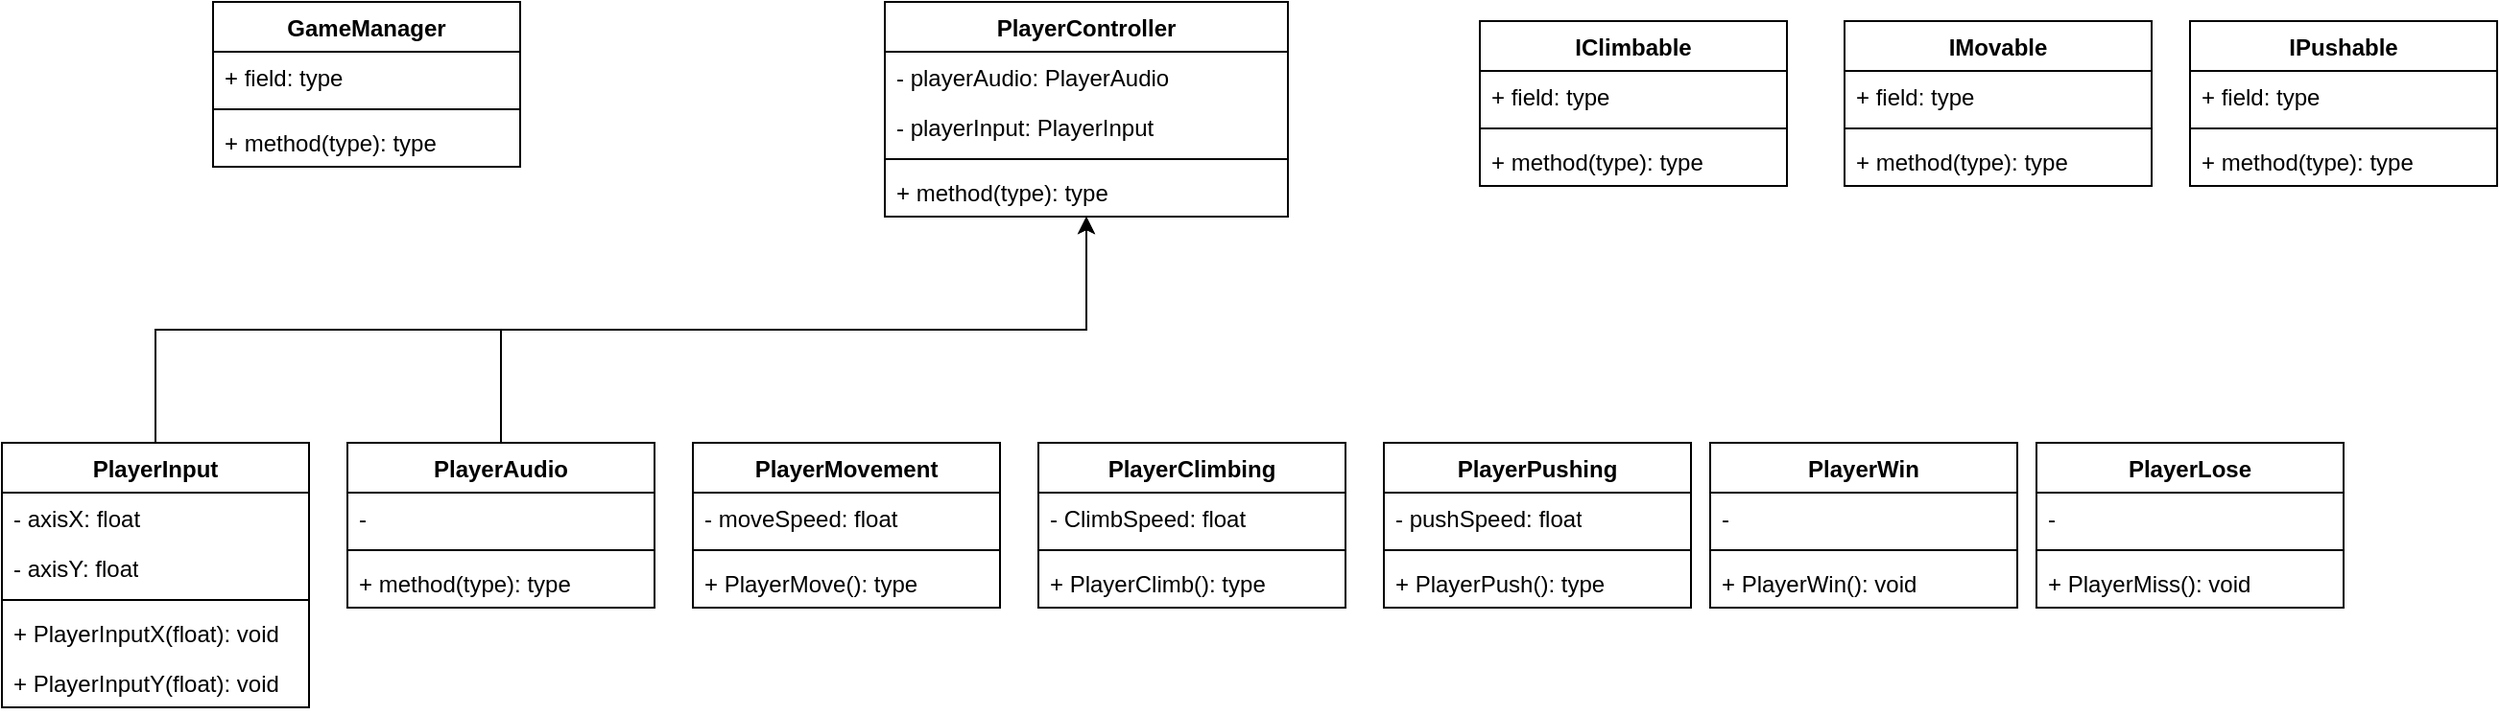
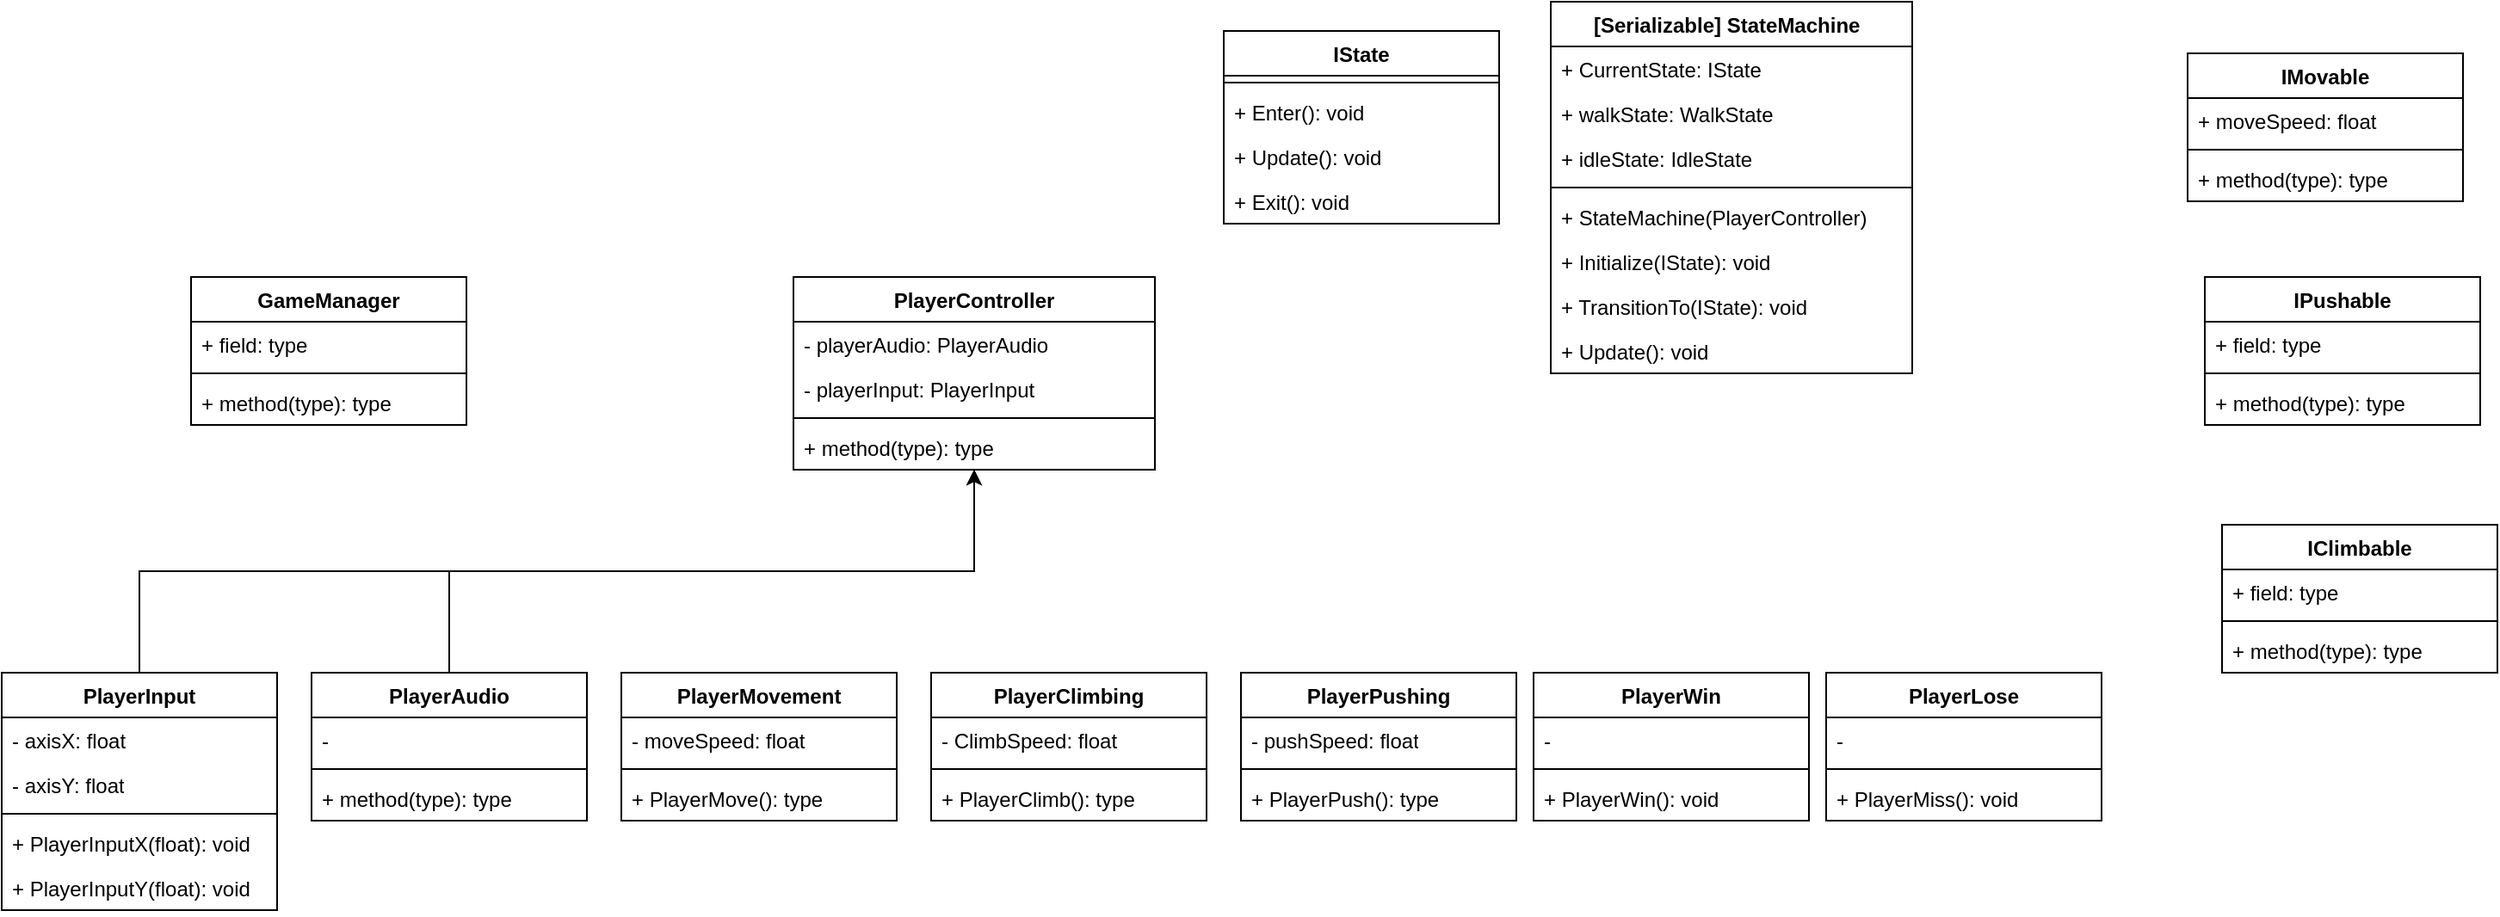
<mxfile host="app.diagrams.net" agent="Mozilla/5.0 (Windows NT 10.0; Win64; x64) AppleWebKit/537.36 (KHTML, like Gecko) Chrome/145.0.0.0 Safari/537.36" version="29.6.1">
  <diagram name="ページ-1" id="8KCFoVMX2dtQ3ng9Srak">
-     <mxGraphModel dx="1624" dy="1102" grid="1" gridSize="10" guides="1" tooltips="1" connect="1" arrows="1" fold="1" page="0" pageScale="1" pageWidth="850" pageHeight="1100" background="none" math="0" shadow="0">
+     <mxGraphModel dx="2083" dy="630" grid="1" gridSize="10" guides="1" tooltips="1" connect="1" arrows="1" fold="1" page="0" pageScale="1" pageWidth="850" pageHeight="1100" background="none" math="0" shadow="0">
      <root>
        <mxCell id="0" />
        <mxCell id="1" parent="0" />
        <mxCell id="L5NkyoWU7cnRC-8idZzs-9" parent="1" style="swimlane;fontStyle=1;align=center;verticalAlign=top;childLayout=stackLayout;horizontal=1;startSize=26;horizontalStack=0;resizeParent=1;resizeParentMax=0;resizeLast=0;collapsible=1;marginBottom=0;whiteSpace=wrap;html=1;" value="GameManager" vertex="1">
          <mxGeometry height="86" width="160" x="40" y="370" as="geometry" />
        </mxCell>
        <mxCell id="L5NkyoWU7cnRC-8idZzs-10" parent="L5NkyoWU7cnRC-8idZzs-9" style="text;strokeColor=none;fillColor=none;align=left;verticalAlign=top;spacingLeft=4;spacingRight=4;overflow=hidden;rotatable=0;points=[[0,0.5],[1,0.5]];portConstraint=eastwest;whiteSpace=wrap;html=1;" value="+ field: type" vertex="1">
          <mxGeometry height="26" width="160" y="26" as="geometry" />
        </mxCell>
        <mxCell id="L5NkyoWU7cnRC-8idZzs-11" parent="L5NkyoWU7cnRC-8idZzs-9" style="line;strokeWidth=1;fillColor=none;align=left;verticalAlign=middle;spacingTop=-1;spacingLeft=3;spacingRight=3;rotatable=0;labelPosition=right;points=[];portConstraint=eastwest;strokeColor=inherit;" value="" vertex="1">
          <mxGeometry height="8" width="160" y="52" as="geometry" />
        </mxCell>
        <mxCell id="L5NkyoWU7cnRC-8idZzs-12" parent="L5NkyoWU7cnRC-8idZzs-9" style="text;strokeColor=none;fillColor=none;align=left;verticalAlign=top;spacingLeft=4;spacingRight=4;overflow=hidden;rotatable=0;points=[[0,0.5],[1,0.5]];portConstraint=eastwest;whiteSpace=wrap;html=1;" value="+ method(type): type" vertex="1">
          <mxGeometry height="26" width="160" y="60" as="geometry" />
        </mxCell>
        <mxCell id="L5NkyoWU7cnRC-8idZzs-13" parent="1" style="swimlane;fontStyle=1;align=center;verticalAlign=top;childLayout=stackLayout;horizontal=1;startSize=26;horizontalStack=0;resizeParent=1;resizeParentMax=0;resizeLast=0;collapsible=1;marginBottom=0;whiteSpace=wrap;html=1;" value="PlayerController" vertex="1">
          <mxGeometry height="112" width="210" x="390" y="370" as="geometry" />
        </mxCell>
        <mxCell id="xKRVpc-qtdXalkFRgjZN-2" parent="L5NkyoWU7cnRC-8idZzs-13" style="text;strokeColor=none;fillColor=none;align=left;verticalAlign=top;spacingLeft=4;spacingRight=4;overflow=hidden;rotatable=0;points=[[0,0.5],[1,0.5]];portConstraint=eastwest;whiteSpace=wrap;html=1;" value="- playerAudio: PlayerAudio" vertex="1">
          <mxGeometry height="26" width="210" y="26" as="geometry" />
        </mxCell>
        <mxCell id="xKRVpc-qtdXalkFRgjZN-3" parent="L5NkyoWU7cnRC-8idZzs-13" style="text;strokeColor=none;fillColor=none;align=left;verticalAlign=top;spacingLeft=4;spacingRight=4;overflow=hidden;rotatable=0;points=[[0,0.5],[1,0.5]];portConstraint=eastwest;whiteSpace=wrap;html=1;" value="- playerInput: PlayerInput" vertex="1">
          <mxGeometry height="26" width="210" y="52" as="geometry" />
        </mxCell>
        <mxCell id="L5NkyoWU7cnRC-8idZzs-15" parent="L5NkyoWU7cnRC-8idZzs-13" style="line;strokeWidth=1;fillColor=none;align=left;verticalAlign=middle;spacingTop=-1;spacingLeft=3;spacingRight=3;rotatable=0;labelPosition=right;points=[];portConstraint=eastwest;strokeColor=inherit;" value="" vertex="1">
          <mxGeometry height="8" width="210" y="78" as="geometry" />
        </mxCell>
        <mxCell id="L5NkyoWU7cnRC-8idZzs-16" parent="L5NkyoWU7cnRC-8idZzs-13" style="text;strokeColor=none;fillColor=none;align=left;verticalAlign=top;spacingLeft=4;spacingRight=4;overflow=hidden;rotatable=0;points=[[0,0.5],[1,0.5]];portConstraint=eastwest;whiteSpace=wrap;html=1;" value="+ method(type): type" vertex="1">
          <mxGeometry height="26" width="210" y="86" as="geometry" />
        </mxCell>
        <mxCell id="xKRVpc-qtdXalkFRgjZN-7" edge="1" parent="1" source="L5NkyoWU7cnRC-8idZzs-17" style="edgeStyle=orthogonalEdgeStyle;rounded=0;orthogonalLoop=1;jettySize=auto;html=1;exitX=0.5;exitY=0;exitDx=0;exitDy=0;" target="L5NkyoWU7cnRC-8idZzs-13">
          <mxGeometry relative="1" as="geometry">
            <mxPoint x="550" y="540" as="targetPoint" />
          </mxGeometry>
        </mxCell>
        <mxCell id="L5NkyoWU7cnRC-8idZzs-17" parent="1" style="swimlane;fontStyle=1;align=center;verticalAlign=top;childLayout=stackLayout;horizontal=1;startSize=26;horizontalStack=0;resizeParent=1;resizeParentMax=0;resizeLast=0;collapsible=1;marginBottom=0;whiteSpace=wrap;html=1;" value="PlayerAudio" vertex="1">
          <mxGeometry height="86" width="160" x="110" y="600" as="geometry" />
        </mxCell>
        <mxCell id="L5NkyoWU7cnRC-8idZzs-18" parent="L5NkyoWU7cnRC-8idZzs-17" style="text;strokeColor=none;fillColor=none;align=left;verticalAlign=top;spacingLeft=4;spacingRight=4;overflow=hidden;rotatable=0;points=[[0,0.5],[1,0.5]];portConstraint=eastwest;whiteSpace=wrap;html=1;" value="-" vertex="1">
          <mxGeometry height="26" width="160" y="26" as="geometry" />
        </mxCell>
        <mxCell id="L5NkyoWU7cnRC-8idZzs-19" parent="L5NkyoWU7cnRC-8idZzs-17" style="line;strokeWidth=1;fillColor=none;align=left;verticalAlign=middle;spacingTop=-1;spacingLeft=3;spacingRight=3;rotatable=0;labelPosition=right;points=[];portConstraint=eastwest;strokeColor=inherit;" value="" vertex="1">
          <mxGeometry height="8" width="160" y="52" as="geometry" />
        </mxCell>
        <mxCell id="L5NkyoWU7cnRC-8idZzs-20" parent="L5NkyoWU7cnRC-8idZzs-17" style="text;strokeColor=none;fillColor=none;align=left;verticalAlign=top;spacingLeft=4;spacingRight=4;overflow=hidden;rotatable=0;points=[[0,0.5],[1,0.5]];portConstraint=eastwest;whiteSpace=wrap;html=1;" value="+ method(type): type" vertex="1">
          <mxGeometry height="26" width="160" y="60" as="geometry" />
        </mxCell>
        <mxCell id="L5NkyoWU7cnRC-8idZzs-21" parent="1" style="swimlane;fontStyle=1;align=center;verticalAlign=top;childLayout=stackLayout;horizontal=1;startSize=26;horizontalStack=0;resizeParent=1;resizeParentMax=0;resizeLast=0;collapsible=1;marginBottom=0;whiteSpace=wrap;html=1;" value="PlayerInput" vertex="1">
          <mxGeometry height="138" width="160" x="-70" y="600" as="geometry" />
        </mxCell>
        <mxCell id="L5NkyoWU7cnRC-8idZzs-22" parent="L5NkyoWU7cnRC-8idZzs-21" style="text;strokeColor=none;fillColor=none;align=left;verticalAlign=top;spacingLeft=4;spacingRight=4;overflow=hidden;rotatable=0;points=[[0,0.5],[1,0.5]];portConstraint=eastwest;whiteSpace=wrap;html=1;" value="- axisX: float" vertex="1">
          <mxGeometry height="26" width="160" y="26" as="geometry" />
        </mxCell>
        <mxCell id="pt3lwnELBwHd_nTeb_py-6" parent="L5NkyoWU7cnRC-8idZzs-21" style="text;strokeColor=none;fillColor=none;align=left;verticalAlign=top;spacingLeft=4;spacingRight=4;overflow=hidden;rotatable=0;points=[[0,0.5],[1,0.5]];portConstraint=eastwest;whiteSpace=wrap;html=1;" value="- axisY: float" vertex="1">
          <mxGeometry height="26" width="160" y="52" as="geometry" />
        </mxCell>
        <mxCell id="L5NkyoWU7cnRC-8idZzs-23" parent="L5NkyoWU7cnRC-8idZzs-21" style="line;strokeWidth=1;fillColor=none;align=left;verticalAlign=middle;spacingTop=-1;spacingLeft=3;spacingRight=3;rotatable=0;labelPosition=right;points=[];portConstraint=eastwest;strokeColor=inherit;" value="" vertex="1">
          <mxGeometry height="8" width="160" y="78" as="geometry" />
        </mxCell>
        <mxCell id="L5NkyoWU7cnRC-8idZzs-24" parent="L5NkyoWU7cnRC-8idZzs-21" style="text;strokeColor=none;fillColor=none;align=left;verticalAlign=top;spacingLeft=4;spacingRight=4;overflow=hidden;rotatable=0;points=[[0,0.5],[1,0.5]];portConstraint=eastwest;whiteSpace=wrap;html=1;" value="+ PlayerInputX(float): void" vertex="1">
          <mxGeometry height="26" width="160" y="86" as="geometry" />
        </mxCell>
        <mxCell id="pt3lwnELBwHd_nTeb_py-7" parent="L5NkyoWU7cnRC-8idZzs-21" style="text;strokeColor=none;fillColor=none;align=left;verticalAlign=top;spacingLeft=4;spacingRight=4;overflow=hidden;rotatable=0;points=[[0,0.5],[1,0.5]];portConstraint=eastwest;whiteSpace=wrap;html=1;" value="+ PlayerInputY(float): void" vertex="1">
          <mxGeometry height="26" width="160" y="112" as="geometry" />
        </mxCell>
        <mxCell id="L5NkyoWU7cnRC-8idZzs-25" parent="1" style="swimlane;fontStyle=1;align=center;verticalAlign=top;childLayout=stackLayout;horizontal=1;startSize=26;horizontalStack=0;resizeParent=1;resizeParentMax=0;resizeLast=0;collapsible=1;marginBottom=0;whiteSpace=wrap;html=1;" value="PlayerMovement" vertex="1">
          <mxGeometry height="86" width="160" x="290" y="600" as="geometry" />
        </mxCell>
        <mxCell id="L5NkyoWU7cnRC-8idZzs-26" parent="L5NkyoWU7cnRC-8idZzs-25" style="text;strokeColor=none;fillColor=none;align=left;verticalAlign=top;spacingLeft=4;spacingRight=4;overflow=hidden;rotatable=0;points=[[0,0.5],[1,0.5]];portConstraint=eastwest;whiteSpace=wrap;html=1;" value="- moveSpeed: float" vertex="1">
          <mxGeometry height="26" width="160" y="26" as="geometry" />
        </mxCell>
        <mxCell id="L5NkyoWU7cnRC-8idZzs-27" parent="L5NkyoWU7cnRC-8idZzs-25" style="line;strokeWidth=1;fillColor=none;align=left;verticalAlign=middle;spacingTop=-1;spacingLeft=3;spacingRight=3;rotatable=0;labelPosition=right;points=[];portConstraint=eastwest;strokeColor=inherit;" value="" vertex="1">
          <mxGeometry height="8" width="160" y="52" as="geometry" />
        </mxCell>
        <mxCell id="L5NkyoWU7cnRC-8idZzs-28" parent="L5NkyoWU7cnRC-8idZzs-25" style="text;strokeColor=none;fillColor=none;align=left;verticalAlign=top;spacingLeft=4;spacingRight=4;overflow=hidden;rotatable=0;points=[[0,0.5],[1,0.5]];portConstraint=eastwest;whiteSpace=wrap;html=1;" value="+ PlayerMove(): type" vertex="1">
          <mxGeometry height="26" width="160" y="60" as="geometry" />
        </mxCell>
        <mxCell id="L5NkyoWU7cnRC-8idZzs-29" parent="1" style="swimlane;fontStyle=1;align=center;verticalAlign=top;childLayout=stackLayout;horizontal=1;startSize=26;horizontalStack=0;resizeParent=1;resizeParentMax=0;resizeLast=0;collapsible=1;marginBottom=0;whiteSpace=wrap;html=1;" value="PlayerWin" vertex="1">
          <mxGeometry height="86" width="160" x="820" y="600" as="geometry">
            <mxRectangle height="30" width="120" x="500" y="470" as="alternateBounds" />
          </mxGeometry>
        </mxCell>
        <mxCell id="L5NkyoWU7cnRC-8idZzs-30" parent="L5NkyoWU7cnRC-8idZzs-29" style="text;strokeColor=none;fillColor=none;align=left;verticalAlign=top;spacingLeft=4;spacingRight=4;overflow=hidden;rotatable=0;points=[[0,0.5],[1,0.5]];portConstraint=eastwest;whiteSpace=wrap;html=1;" value="-" vertex="1">
          <mxGeometry height="26" width="160" y="26" as="geometry" />
        </mxCell>
        <mxCell id="L5NkyoWU7cnRC-8idZzs-31" parent="L5NkyoWU7cnRC-8idZzs-29" style="line;strokeWidth=1;fillColor=none;align=left;verticalAlign=middle;spacingTop=-1;spacingLeft=3;spacingRight=3;rotatable=0;labelPosition=right;points=[];portConstraint=eastwest;strokeColor=inherit;" value="" vertex="1">
          <mxGeometry height="8" width="160" y="52" as="geometry" />
        </mxCell>
        <mxCell id="L5NkyoWU7cnRC-8idZzs-32" parent="L5NkyoWU7cnRC-8idZzs-29" style="text;strokeColor=none;fillColor=none;align=left;verticalAlign=top;spacingLeft=4;spacingRight=4;overflow=hidden;rotatable=0;points=[[0,0.5],[1,0.5]];portConstraint=eastwest;whiteSpace=wrap;html=1;" value="+ PlayerWin(): void" vertex="1">
          <mxGeometry height="26" width="160" y="60" as="geometry" />
        </mxCell>
        <mxCell id="L5NkyoWU7cnRC-8idZzs-33" parent="1" style="swimlane;fontStyle=1;align=center;verticalAlign=top;childLayout=stackLayout;horizontal=1;startSize=26;horizontalStack=0;resizeParent=1;resizeParentMax=0;resizeLast=0;collapsible=1;marginBottom=0;whiteSpace=wrap;html=1;" value="PlayerLose" vertex="1">
          <mxGeometry height="86" width="160" x="990" y="600" as="geometry" />
        </mxCell>
        <mxCell id="L5NkyoWU7cnRC-8idZzs-34" parent="L5NkyoWU7cnRC-8idZzs-33" style="text;strokeColor=none;fillColor=none;align=left;verticalAlign=top;spacingLeft=4;spacingRight=4;overflow=hidden;rotatable=0;points=[[0,0.5],[1,0.5]];portConstraint=eastwest;whiteSpace=wrap;html=1;" value="-" vertex="1">
          <mxGeometry height="26" width="160" y="26" as="geometry" />
        </mxCell>
        <mxCell id="L5NkyoWU7cnRC-8idZzs-35" parent="L5NkyoWU7cnRC-8idZzs-33" style="line;strokeWidth=1;fillColor=none;align=left;verticalAlign=middle;spacingTop=-1;spacingLeft=3;spacingRight=3;rotatable=0;labelPosition=right;points=[];portConstraint=eastwest;strokeColor=inherit;" value="" vertex="1">
          <mxGeometry height="8" width="160" y="52" as="geometry" />
        </mxCell>
        <mxCell id="L5NkyoWU7cnRC-8idZzs-36" parent="L5NkyoWU7cnRC-8idZzs-33" style="text;strokeColor=none;fillColor=none;align=left;verticalAlign=top;spacingLeft=4;spacingRight=4;overflow=hidden;rotatable=0;points=[[0,0.5],[1,0.5]];portConstraint=eastwest;whiteSpace=wrap;html=1;" value="+ PlayerMiss(): void" vertex="1">
          <mxGeometry height="26" width="160" y="60" as="geometry" />
        </mxCell>
        <mxCell id="pt3lwnELBwHd_nTeb_py-9" parent="1" style="swimlane;fontStyle=1;align=center;verticalAlign=top;childLayout=stackLayout;horizontal=1;startSize=26;horizontalStack=0;resizeParent=1;resizeParentMax=0;resizeLast=0;collapsible=1;marginBottom=0;whiteSpace=wrap;html=1;" value="IMovable" vertex="1">
-           <mxGeometry height="86" width="160" x="890" y="380" as="geometry" />
-         </mxCell>
-         <mxCell id="pt3lwnELBwHd_nTeb_py-10" parent="pt3lwnELBwHd_nTeb_py-9" style="text;strokeColor=none;fillColor=none;align=left;verticalAlign=top;spacingLeft=4;spacingRight=4;overflow=hidden;rotatable=0;points=[[0,0.5],[1,0.5]];portConstraint=eastwest;whiteSpace=wrap;html=1;" value="+ field: type" vertex="1">
+           <mxGeometry height="86" width="160" x="1200" y="240" as="geometry" />
+         </mxCell>
+         <mxCell id="pt3lwnELBwHd_nTeb_py-10" parent="pt3lwnELBwHd_nTeb_py-9" style="text;strokeColor=none;fillColor=none;align=left;verticalAlign=top;spacingLeft=4;spacingRight=4;overflow=hidden;rotatable=0;points=[[0,0.5],[1,0.5]];portConstraint=eastwest;whiteSpace=wrap;html=1;" value="+ moveSpeed: float" vertex="1">
          <mxGeometry height="26" width="160" y="26" as="geometry" />
        </mxCell>
        <mxCell id="pt3lwnELBwHd_nTeb_py-11" parent="pt3lwnELBwHd_nTeb_py-9" style="line;strokeWidth=1;fillColor=none;align=left;verticalAlign=middle;spacingTop=-1;spacingLeft=3;spacingRight=3;rotatable=0;labelPosition=right;points=[];portConstraint=eastwest;strokeColor=inherit;" value="" vertex="1">
          <mxGeometry height="8" width="160" y="52" as="geometry" />
        </mxCell>
        <mxCell id="pt3lwnELBwHd_nTeb_py-12" parent="pt3lwnELBwHd_nTeb_py-9" style="text;strokeColor=none;fillColor=none;align=left;verticalAlign=top;spacingLeft=4;spacingRight=4;overflow=hidden;rotatable=0;points=[[0,0.5],[1,0.5]];portConstraint=eastwest;whiteSpace=wrap;html=1;" value="+ method(type): type" vertex="1">
          <mxGeometry height="26" width="160" y="60" as="geometry" />
        </mxCell>
        <mxCell id="pt3lwnELBwHd_nTeb_py-13" parent="1" style="swimlane;fontStyle=1;align=center;verticalAlign=top;childLayout=stackLayout;horizontal=1;startSize=26;horizontalStack=0;resizeParent=1;resizeParentMax=0;resizeLast=0;collapsible=1;marginBottom=0;whiteSpace=wrap;html=1;" value="IPushable" vertex="1">
-           <mxGeometry height="86" width="160" x="1070" y="380" as="geometry" />
+           <mxGeometry height="86" width="160" x="1210" y="370" as="geometry" />
        </mxCell>
        <mxCell id="pt3lwnELBwHd_nTeb_py-14" parent="pt3lwnELBwHd_nTeb_py-13" style="text;strokeColor=none;fillColor=none;align=left;verticalAlign=top;spacingLeft=4;spacingRight=4;overflow=hidden;rotatable=0;points=[[0,0.5],[1,0.5]];portConstraint=eastwest;whiteSpace=wrap;html=1;" value="+ field: type" vertex="1">
          <mxGeometry height="26" width="160" y="26" as="geometry" />
        </mxCell>
        <mxCell id="pt3lwnELBwHd_nTeb_py-15" parent="pt3lwnELBwHd_nTeb_py-13" style="line;strokeWidth=1;fillColor=none;align=left;verticalAlign=middle;spacingTop=-1;spacingLeft=3;spacingRight=3;rotatable=0;labelPosition=right;points=[];portConstraint=eastwest;strokeColor=inherit;" value="" vertex="1">
          <mxGeometry height="8" width="160" y="52" as="geometry" />
        </mxCell>
        <mxCell id="pt3lwnELBwHd_nTeb_py-16" parent="pt3lwnELBwHd_nTeb_py-13" style="text;strokeColor=none;fillColor=none;align=left;verticalAlign=top;spacingLeft=4;spacingRight=4;overflow=hidden;rotatable=0;points=[[0,0.5],[1,0.5]];portConstraint=eastwest;whiteSpace=wrap;html=1;" value="+ method(type): type" vertex="1">
          <mxGeometry height="26" width="160" y="60" as="geometry" />
        </mxCell>
        <mxCell id="3llHXHSIi8HC60sM2auQ-6" parent="1" style="swimlane;fontStyle=1;align=center;verticalAlign=top;childLayout=stackLayout;horizontal=1;startSize=26;horizontalStack=0;resizeParent=1;resizeParentMax=0;resizeLast=0;collapsible=1;marginBottom=0;whiteSpace=wrap;html=1;" value="PlayerClimbing" vertex="1">
          <mxGeometry height="86" width="160" x="470" y="600" as="geometry" />
        </mxCell>
        <mxCell id="3llHXHSIi8HC60sM2auQ-7" parent="3llHXHSIi8HC60sM2auQ-6" style="text;strokeColor=none;fillColor=none;align=left;verticalAlign=top;spacingLeft=4;spacingRight=4;overflow=hidden;rotatable=0;points=[[0,0.5],[1,0.5]];portConstraint=eastwest;whiteSpace=wrap;html=1;" value="- ClimbSpeed: float" vertex="1">
          <mxGeometry height="26" width="160" y="26" as="geometry" />
        </mxCell>
        <mxCell id="3llHXHSIi8HC60sM2auQ-8" parent="3llHXHSIi8HC60sM2auQ-6" style="line;strokeWidth=1;fillColor=none;align=left;verticalAlign=middle;spacingTop=-1;spacingLeft=3;spacingRight=3;rotatable=0;labelPosition=right;points=[];portConstraint=eastwest;strokeColor=inherit;" value="" vertex="1">
          <mxGeometry height="8" width="160" y="52" as="geometry" />
        </mxCell>
        <mxCell id="3llHXHSIi8HC60sM2auQ-9" parent="3llHXHSIi8HC60sM2auQ-6" style="text;strokeColor=none;fillColor=none;align=left;verticalAlign=top;spacingLeft=4;spacingRight=4;overflow=hidden;rotatable=0;points=[[0,0.5],[1,0.5]];portConstraint=eastwest;whiteSpace=wrap;html=1;" value="+ PlayerClimb(): type" vertex="1">
          <mxGeometry height="26" width="160" y="60" as="geometry" />
        </mxCell>
        <mxCell id="3llHXHSIi8HC60sM2auQ-10" parent="1" style="swimlane;fontStyle=1;align=center;verticalAlign=top;childLayout=stackLayout;horizontal=1;startSize=26;horizontalStack=0;resizeParent=1;resizeParentMax=0;resizeLast=0;collapsible=1;marginBottom=0;whiteSpace=wrap;html=1;" value="PlayerPushing" vertex="1">
          <mxGeometry height="86" width="160" x="650" y="600" as="geometry" />
        </mxCell>
        <mxCell id="3llHXHSIi8HC60sM2auQ-11" parent="3llHXHSIi8HC60sM2auQ-10" style="text;strokeColor=none;fillColor=none;align=left;verticalAlign=top;spacingLeft=4;spacingRight=4;overflow=hidden;rotatable=0;points=[[0,0.5],[1,0.5]];portConstraint=eastwest;whiteSpace=wrap;html=1;" value="- pushSpeed: float" vertex="1">
          <mxGeometry height="26" width="160" y="26" as="geometry" />
        </mxCell>
        <mxCell id="3llHXHSIi8HC60sM2auQ-12" parent="3llHXHSIi8HC60sM2auQ-10" style="line;strokeWidth=1;fillColor=none;align=left;verticalAlign=middle;spacingTop=-1;spacingLeft=3;spacingRight=3;rotatable=0;labelPosition=right;points=[];portConstraint=eastwest;strokeColor=inherit;" value="" vertex="1">
          <mxGeometry height="8" width="160" y="52" as="geometry" />
        </mxCell>
        <mxCell id="3llHXHSIi8HC60sM2auQ-13" parent="3llHXHSIi8HC60sM2auQ-10" style="text;strokeColor=none;fillColor=none;align=left;verticalAlign=top;spacingLeft=4;spacingRight=4;overflow=hidden;rotatable=0;points=[[0,0.5],[1,0.5]];portConstraint=eastwest;whiteSpace=wrap;html=1;" value="+ PlayerPush(): type" vertex="1">
          <mxGeometry height="26" width="160" y="60" as="geometry" />
        </mxCell>
        <mxCell id="3llHXHSIi8HC60sM2auQ-14" parent="1" style="swimlane;fontStyle=1;align=center;verticalAlign=top;childLayout=stackLayout;horizontal=1;startSize=26;horizontalStack=0;resizeParent=1;resizeParentMax=0;resizeLast=0;collapsible=1;marginBottom=0;whiteSpace=wrap;html=1;" value="IClimbable" vertex="1">
-           <mxGeometry height="86" width="160" x="700" y="380" as="geometry" />
+           <mxGeometry height="86" width="160" x="1220" y="514" as="geometry" />
        </mxCell>
        <mxCell id="3llHXHSIi8HC60sM2auQ-15" parent="3llHXHSIi8HC60sM2auQ-14" style="text;strokeColor=none;fillColor=none;align=left;verticalAlign=top;spacingLeft=4;spacingRight=4;overflow=hidden;rotatable=0;points=[[0,0.5],[1,0.5]];portConstraint=eastwest;whiteSpace=wrap;html=1;" value="+ field: type" vertex="1">
          <mxGeometry height="26" width="160" y="26" as="geometry" />
        </mxCell>
        <mxCell id="3llHXHSIi8HC60sM2auQ-16" parent="3llHXHSIi8HC60sM2auQ-14" style="line;strokeWidth=1;fillColor=none;align=left;verticalAlign=middle;spacingTop=-1;spacingLeft=3;spacingRight=3;rotatable=0;labelPosition=right;points=[];portConstraint=eastwest;strokeColor=inherit;" value="" vertex="1">
          <mxGeometry height="8" width="160" y="52" as="geometry" />
        </mxCell>
        <mxCell id="3llHXHSIi8HC60sM2auQ-17" parent="3llHXHSIi8HC60sM2auQ-14" style="text;strokeColor=none;fillColor=none;align=left;verticalAlign=top;spacingLeft=4;spacingRight=4;overflow=hidden;rotatable=0;points=[[0,0.5],[1,0.5]];portConstraint=eastwest;whiteSpace=wrap;html=1;" value="+ method(type): type" vertex="1">
          <mxGeometry height="26" width="160" y="60" as="geometry" />
        </mxCell>
        <mxCell id="xKRVpc-qtdXalkFRgjZN-8" edge="1" parent="1" source="L5NkyoWU7cnRC-8idZzs-21" style="edgeStyle=orthogonalEdgeStyle;rounded=0;orthogonalLoop=1;jettySize=auto;html=1;exitX=0.5;exitY=0;exitDx=0;exitDy=0;" target="L5NkyoWU7cnRC-8idZzs-13">
          <mxGeometry relative="1" as="geometry" />
+         </mxCell>
+         <mxCell id="cJyFu2CfWWR6ttzxGQYN-1" parent="1" style="swimlane;fontStyle=1;align=center;verticalAlign=top;childLayout=stackLayout;horizontal=1;startSize=26;horizontalStack=0;resizeParent=1;resizeParentMax=0;resizeLast=0;collapsible=1;marginBottom=0;whiteSpace=wrap;html=1;" value="IState" vertex="1">
+           <mxGeometry height="112" width="160" x="640" y="227" as="geometry" />
+         </mxCell>
+         <mxCell id="cJyFu2CfWWR6ttzxGQYN-3" parent="cJyFu2CfWWR6ttzxGQYN-1" style="line;strokeWidth=1;fillColor=none;align=left;verticalAlign=middle;spacingTop=-1;spacingLeft=3;spacingRight=3;rotatable=0;labelPosition=right;points=[];portConstraint=eastwest;strokeColor=inherit;" value="" vertex="1">
+           <mxGeometry height="8" width="160" y="26" as="geometry" />
+         </mxCell>
+         <mxCell id="cJyFu2CfWWR6ttzxGQYN-4" parent="cJyFu2CfWWR6ttzxGQYN-1" style="text;strokeColor=none;fillColor=none;align=left;verticalAlign=top;spacingLeft=4;spacingRight=4;overflow=hidden;rotatable=0;points=[[0,0.5],[1,0.5]];portConstraint=eastwest;whiteSpace=wrap;html=1;" value="+ Enter(): void" vertex="1">
+           <mxGeometry height="26" width="160" y="34" as="geometry" />
+         </mxCell>
+         <mxCell id="cJyFu2CfWWR6ttzxGQYN-6" parent="cJyFu2CfWWR6ttzxGQYN-1" style="text;strokeColor=none;fillColor=none;align=left;verticalAlign=top;spacingLeft=4;spacingRight=4;overflow=hidden;rotatable=0;points=[[0,0.5],[1,0.5]];portConstraint=eastwest;whiteSpace=wrap;html=1;" value="+ Update(): void" vertex="1">
+           <mxGeometry height="26" width="160" y="60" as="geometry" />
+         </mxCell>
+         <mxCell id="cJyFu2CfWWR6ttzxGQYN-7" parent="cJyFu2CfWWR6ttzxGQYN-1" style="text;strokeColor=none;fillColor=none;align=left;verticalAlign=top;spacingLeft=4;spacingRight=4;overflow=hidden;rotatable=0;points=[[0,0.5],[1,0.5]];portConstraint=eastwest;whiteSpace=wrap;html=1;" value="+ Exit(): void" vertex="1">
+           <mxGeometry height="26" width="160" y="86" as="geometry" />
+         </mxCell>
+         <mxCell id="cJyFu2CfWWR6ttzxGQYN-8" parent="1" style="swimlane;fontStyle=1;align=center;verticalAlign=top;childLayout=stackLayout;horizontal=1;startSize=26;horizontalStack=0;resizeParent=1;resizeParentMax=0;resizeLast=0;collapsible=1;marginBottom=0;whiteSpace=wrap;html=1;" value="[Serializable] StateMachine&lt;span style=&quot;white-space: pre;&quot;&gt;&#x9;&lt;/span&gt;" vertex="1">
+           <mxGeometry height="216" width="210" x="830" y="210" as="geometry" />
+         </mxCell>
+         <mxCell id="cJyFu2CfWWR6ttzxGQYN-9" parent="cJyFu2CfWWR6ttzxGQYN-8" style="text;strokeColor=none;fillColor=none;align=left;verticalAlign=top;spacingLeft=4;spacingRight=4;overflow=hidden;rotatable=0;points=[[0,0.5],[1,0.5]];portConstraint=eastwest;whiteSpace=wrap;html=1;" value="+&amp;nbsp;CurrentState: IState" vertex="1">
+           <mxGeometry height="26" width="210" y="26" as="geometry" />
+         </mxCell>
+         <mxCell id="cJyFu2CfWWR6ttzxGQYN-10" parent="cJyFu2CfWWR6ttzxGQYN-8" style="text;strokeColor=none;fillColor=none;align=left;verticalAlign=top;spacingLeft=4;spacingRight=4;overflow=hidden;rotatable=0;points=[[0,0.5],[1,0.5]];portConstraint=eastwest;whiteSpace=wrap;html=1;" value="+ walkState: WalkState" vertex="1">
+           <mxGeometry height="26" width="210" y="52" as="geometry" />
+         </mxCell>
+         <mxCell id="cJyFu2CfWWR6ttzxGQYN-13" parent="cJyFu2CfWWR6ttzxGQYN-8" style="text;strokeColor=none;fillColor=none;align=left;verticalAlign=top;spacingLeft=4;spacingRight=4;overflow=hidden;rotatable=0;points=[[0,0.5],[1,0.5]];portConstraint=eastwest;whiteSpace=wrap;html=1;" value="+ idleState: IdleState" vertex="1">
+           <mxGeometry height="26" width="210" y="78" as="geometry" />
+         </mxCell>
+         <mxCell id="cJyFu2CfWWR6ttzxGQYN-11" parent="cJyFu2CfWWR6ttzxGQYN-8" style="line;strokeWidth=1;fillColor=none;align=left;verticalAlign=middle;spacingTop=-1;spacingLeft=3;spacingRight=3;rotatable=0;labelPosition=right;points=[];portConstraint=eastwest;strokeColor=inherit;" value="" vertex="1">
+           <mxGeometry height="8" width="210" y="104" as="geometry" />
+         </mxCell>
+         <mxCell id="cJyFu2CfWWR6ttzxGQYN-12" parent="cJyFu2CfWWR6ttzxGQYN-8" style="text;strokeColor=none;fillColor=none;align=left;verticalAlign=top;spacingLeft=4;spacingRight=4;overflow=hidden;rotatable=0;points=[[0,0.5],[1,0.5]];portConstraint=eastwest;whiteSpace=wrap;html=1;" value="+ StateMachine(PlayerController)" vertex="1">
+           <mxGeometry height="26" width="210" y="112" as="geometry" />
+         </mxCell>
+         <mxCell id="cJyFu2CfWWR6ttzxGQYN-18" parent="cJyFu2CfWWR6ttzxGQYN-8" style="text;strokeColor=none;fillColor=none;align=left;verticalAlign=top;spacingLeft=4;spacingRight=4;overflow=hidden;rotatable=0;points=[[0,0.5],[1,0.5]];portConstraint=eastwest;whiteSpace=wrap;html=1;" value="+ Initialize(IState): void" vertex="1">
+           <mxGeometry height="26" width="210" y="138" as="geometry" />
+         </mxCell>
+         <mxCell id="cJyFu2CfWWR6ttzxGQYN-14" parent="cJyFu2CfWWR6ttzxGQYN-8" style="text;strokeColor=none;fillColor=none;align=left;verticalAlign=top;spacingLeft=4;spacingRight=4;overflow=hidden;rotatable=0;points=[[0,0.5],[1,0.5]];portConstraint=eastwest;whiteSpace=wrap;html=1;" value="+ TransitionTo(IState): void" vertex="1">
+           <mxGeometry height="26" width="210" y="164" as="geometry" />
+         </mxCell>
+         <mxCell id="cJyFu2CfWWR6ttzxGQYN-15" parent="cJyFu2CfWWR6ttzxGQYN-8" style="text;strokeColor=none;fillColor=none;align=left;verticalAlign=top;spacingLeft=4;spacingRight=4;overflow=hidden;rotatable=0;points=[[0,0.5],[1,0.5]];portConstraint=eastwest;whiteSpace=wrap;html=1;" value="+ Update(): void" vertex="1">
+           <mxGeometry height="26" width="210" y="190" as="geometry" />
        </mxCell>
      </root>
    </mxGraphModel>
  </diagram>
</mxfile>
